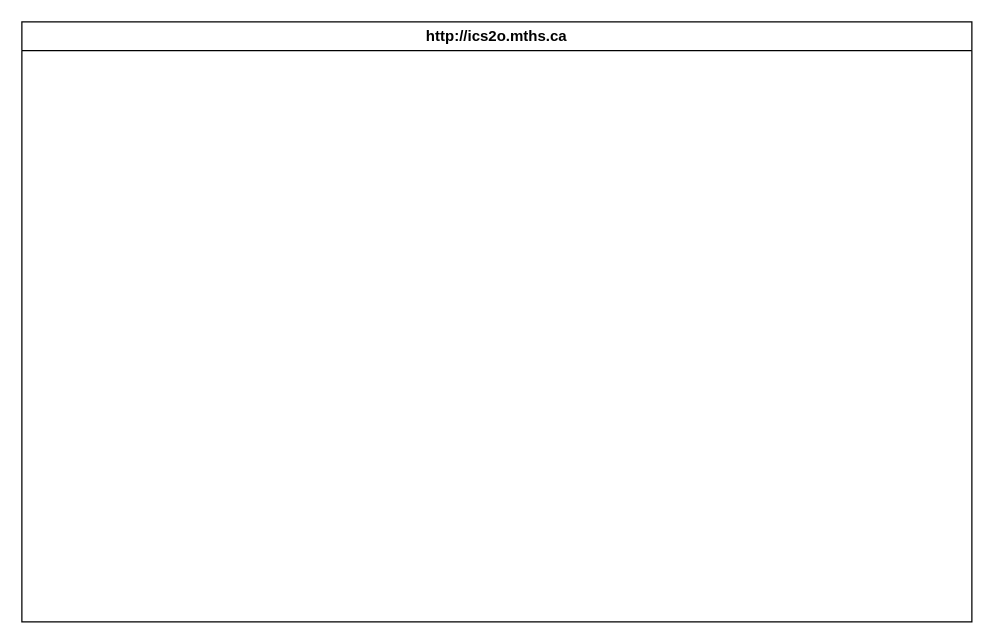
This is design/storyboard.drawio from MTHS-ICS2O-2-2022/ICS2O-Unit-6-02-Fares-Abdelkader, a draw.io file, before an edit. Source tidied: cells renumbered, new cells numbered last; positions are measured from the earlier drawing's top-left corner, leaving out a move shared by most shapes. Both pictures are drawn from the tidied source at 125%, with x=0, y=0 at pixel (21, 21).
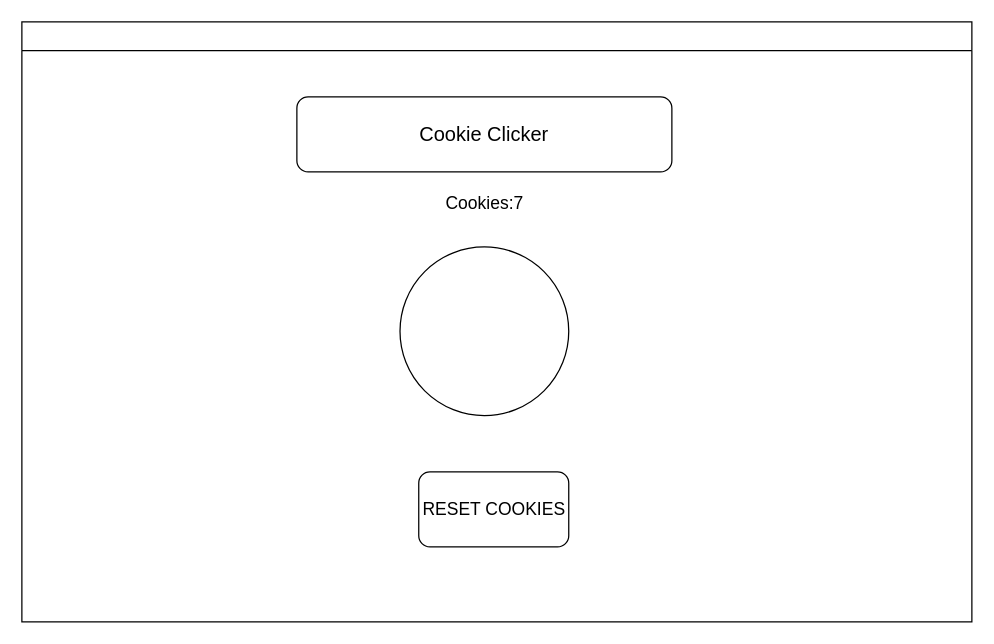
Above is the later version.

What changed in the source:
```diff
@@
 <mxGraphModel>
   <root>
     <mxCell id="0" />
     <mxCell id="1" parent="0" />
-    <mxCell id="2" value="http://ics2o.mths.ca" style="swimlane;whiteSpace=wrap;html=1;" parent="1" vertex="1">
+    <mxCell id="2" style="swimlane;whiteSpace=wrap;html=1;" parent="1" vertex="1">
       <mxGeometry width="760" height="480" as="geometry" />
     </mxCell>
+    <mxCell id="3" value="&lt;font size=&quot;3&quot;&gt;Cookie Clicker&lt;/font&gt;" style="rounded=1;whiteSpace=wrap;html=1;" parent="2" vertex="1">
+      <mxGeometry x="220" y="60" width="300" height="60" as="geometry" />
+    </mxCell>
+    <mxCell id="4" value="&lt;font style=&quot;font-size: 14px;&quot;&gt;Cookies:7&lt;/font&gt;" style="text;html=1;align=center;verticalAlign=middle;strokeColor=none;fillColor=none;fontSize=9;" parent="2" vertex="1">
+      <mxGeometry x="325" y="130" width="90" height="30" as="geometry" />
+    </mxCell>
+    <mxCell id="5" style="ellipse;whiteSpace=wrap;html=1;fontSize=14;" parent="2" vertex="1">
+      <mxGeometry x="302.5" y="180" width="135" height="135" as="geometry" />
+    </mxCell>
+    <mxCell id="6" value="RESET COOKIES" style="rounded=1;whiteSpace=wrap;html=1;fontSize=14;" parent="2" vertex="1">
+      <mxGeometry x="317.5" y="360" width="120" height="60" as="geometry" />
+    </mxCell>
   </root>
 </mxGraphModel>
```
